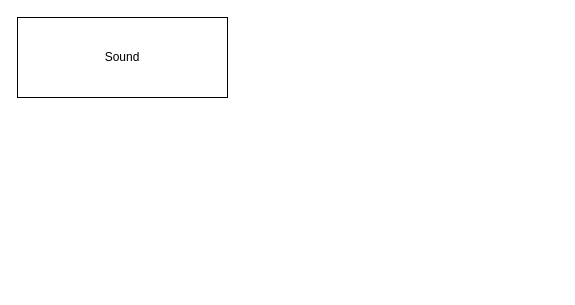
Above: bad kingdom midi.drawio in fncybln/drawio (draw.io), before the change. Source tidied: cells renumbered, new cells numbered last; positions are measured from the earlier drawing's top-left corner, leaving out a move shared by most shapes. Both pictures are drawn from the tidied source at 100%, with x=0, y=0 at pixel (17, 17).
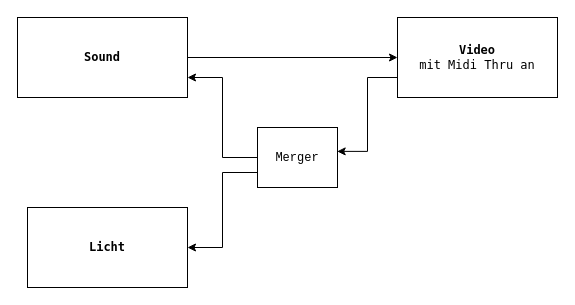
After the change.

Change to the diagram source:
```diff
@@
 <mxGraphModel>
   <root>
     <mxCell id="0" />
     <mxCell id="1" parent="0" />
+    <mxCell id="3" style="edgeStyle=orthogonalEdgeStyle;rounded=0;jettySize=auto;html=1;exitX=1;exitY=0.5;exitDx=0;exitDy=0;entryX=0;entryY=0.5;entryDx=0;entryDy=0;" parent="1" edge="1" source="2" target="4">
+      <mxGeometry relative="1" as="geometry" />
+    </mxCell>
-    <mxCell id="2" value="Sound" style="rounded=0;whiteSpace=wrap;html=1;" parent="1" vertex="1">
-      <mxGeometry width="210" height="80" as="geometry" />
+    <mxCell id="2" value="Sound" style="rounded=0;whiteSpace=wrap;html=1;fontStyle=1;fontFamily=Lucida Console;" parent="1" vertex="1">
+      <mxGeometry width="170" height="80" as="geometry" />
     </mxCell>
+    <mxCell id="4" value="Video&lt;br&gt;&lt;span style=&quot;font-weight: normal;&quot;&gt;mit Midi Thru an&lt;/span&gt;" style="rounded=0;whiteSpace=wrap;html=1;fontStyle=1;fontFamily=Lucida Console;" parent="1" vertex="1">
+      <mxGeometry x="380" width="160" height="80" as="geometry" />
+    </mxCell>
+    <mxCell id="5" value="Licht" style="rounded=0;whiteSpace=wrap;html=1;fontStyle=1;fontFamily=Lucida Console;" parent="1" vertex="1">
+      <mxGeometry x="10" y="190" width="160" height="80" as="geometry" />
+    </mxCell>
+    <mxCell id="6" style="edgeStyle=orthogonalEdgeStyle;rounded=0;jettySize=auto;html=1;exitX=0;exitY=0.5;exitDx=0;exitDy=0;entryX=1;entryY=0.75;entryDx=0;entryDy=0;" parent="1" edge="1" source="8" target="2">
+      <mxGeometry relative="1" as="geometry" />
+    </mxCell>
+    <mxCell id="7" style="edgeStyle=orthogonalEdgeStyle;rounded=0;jettySize=auto;html=1;exitX=0;exitY=0.75;exitDx=0;exitDy=0;entryX=1;entryY=0.5;entryDx=0;entryDy=0;" parent="1" edge="1" source="8" target="5">
+      <mxGeometry relative="1" as="geometry" />
+    </mxCell>
+    <mxCell id="8" value="&lt;font face=&quot;Courier New&quot;&gt;Merger&lt;/font&gt;" style="rounded=0;whiteSpace=wrap;html=1;" parent="1" vertex="1">
+      <mxGeometry x="240" y="110" width="80" height="60" as="geometry" />
+    </mxCell>
+    <mxCell id="9" style="edgeStyle=orthogonalEdgeStyle;rounded=0;jettySize=auto;html=1;exitX=0;exitY=0.75;exitDx=0;exitDy=0;entryX=0.996;entryY=0.398;entryDx=0;entryDy=0;entryPerimeter=0;" parent="1" edge="1" source="4" target="8">
+      <mxGeometry relative="1" as="geometry" />
+    </mxCell>
   </root>
 </mxGraphModel>
```
